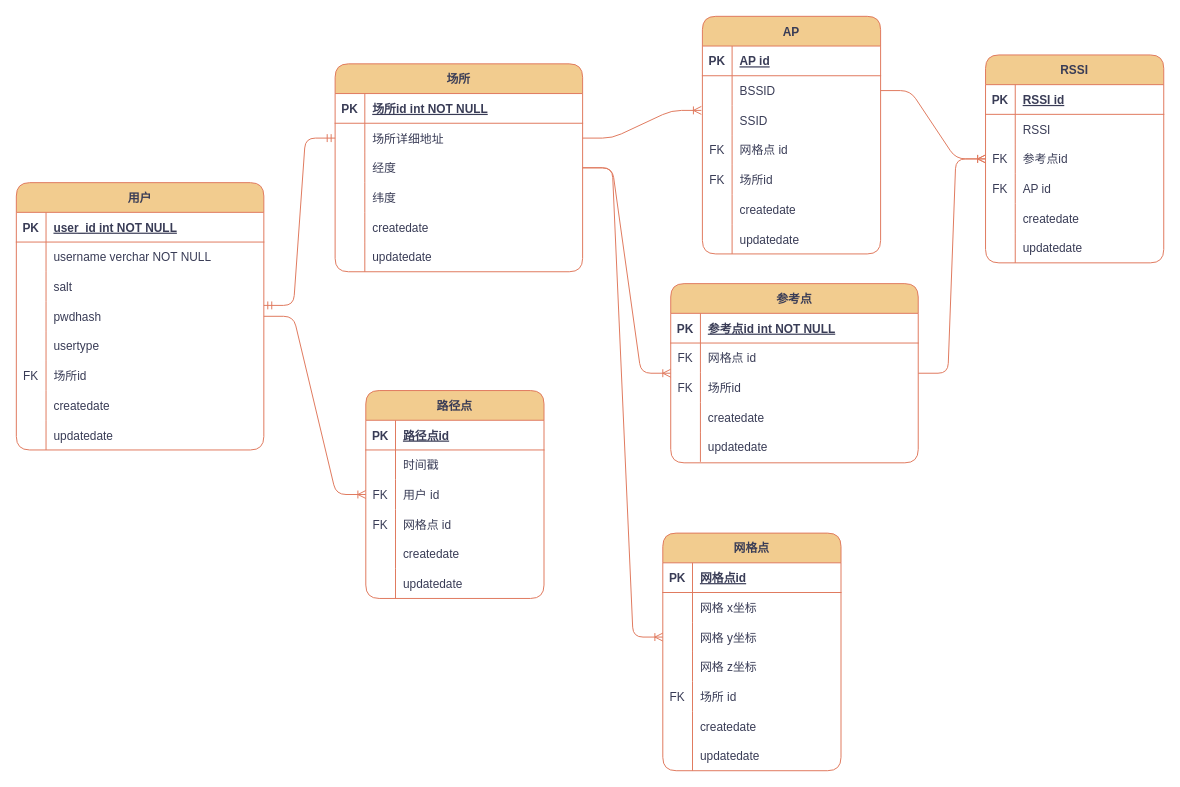
gaohongy/Graduation-Project keeps this draw.io diagram as 毕业设计ER图.drawio. Above is the earlier version. Source tidied: cells renumbered, new cells numbered last; positions are measured from the earlier drawing's top-left corner, leaving out a move shared by most shapes. Both pictures are drawn from the tidied source at 99%, with x=0, y=0 at pixel (16, 16).
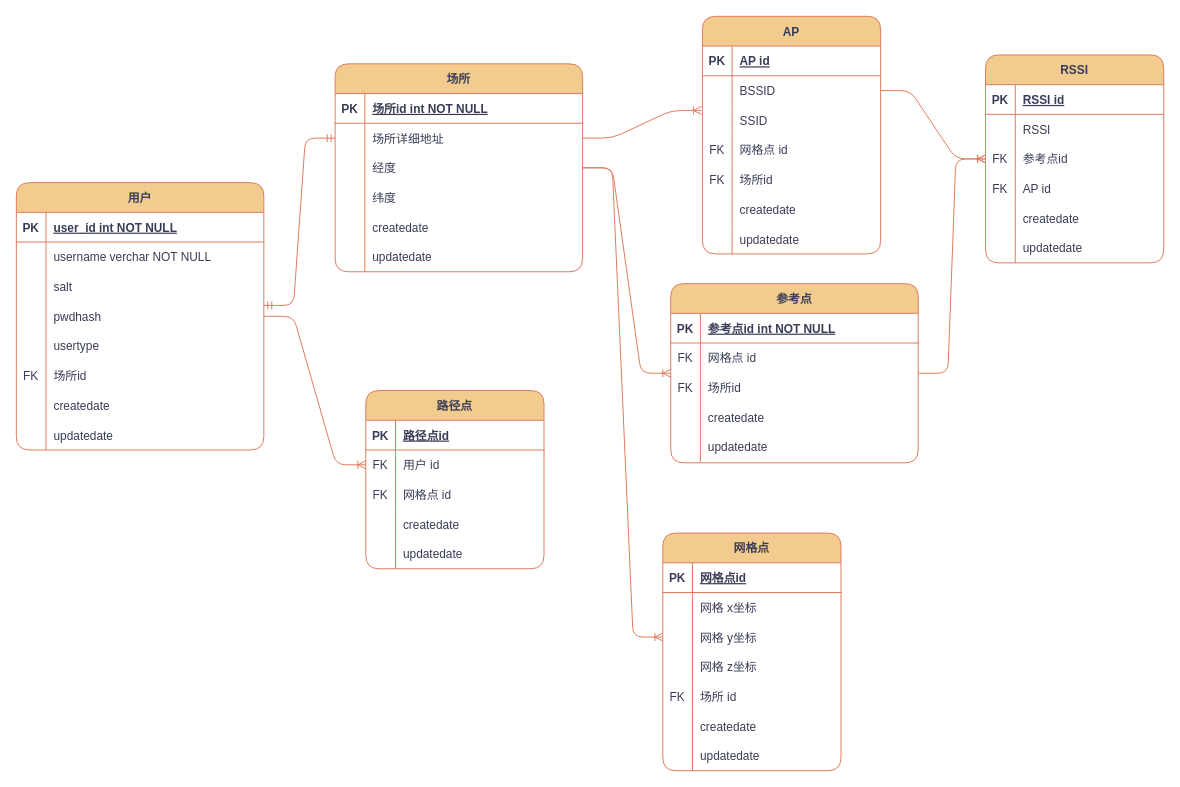
The same diagram, later.

Commit message:
删除路径点时间戳字段.drawio

The edit, as a diff of the source:
```diff
@@
     <mxCell id="108" value="路径点" style="shape=table;startSize=30;childLayout=tableLayout;rowLines=0;fontStyle=1;align=center;labelBackgroundColor=none;fillColor=#F2CC8F;strokeColor=#E07A5F;fontColor=#393C56;rounded=1;" parent="1" vertex="1">
-      <mxGeometry x="353" y="378" width="180" height="210" as="geometry" />
+      <mxGeometry x="353" y="378" width="180" height="180" as="geometry" />
     </mxCell>
@@
-    <mxCell id="112" style="shape=tableRow;horizontal=0;startSize=0;swimlaneHead=0;swimlaneBody=0;fillColor=none;top=0;left=0;right=0;bottom=0;labelBackgroundColor=none;strokeColor=#E07A5F;fontColor=#393C56;rounded=1;" parent="108" vertex="1">
-      <mxGeometry y="60" width="180" height="30" as="geometry" />
-    </mxCell>
-    <mxCell id="113" style="shape=partialRectangle;fillColor=none;top=0;left=0;bottom=0;right=0;overflow=hidden;labelBackgroundColor=none;strokeColor=#E07A5F;fontColor=#393C56;rounded=1;" parent="112" vertex="1">
-      <mxGeometry width="30" height="30" as="geometry" />
-    </mxCell>
-    <mxCell id="114" value="时间戳" style="shape=partialRectangle;fillColor=none;top=0;left=0;bottom=0;right=0;align=left;spacingLeft=6;overflow=hidden;labelBackgroundColor=none;strokeColor=#E07A5F;fontColor=#393C56;rounded=1;" parent="112" vertex="1">
-      <mxGeometry x="30" width="150" height="30" as="geometry" />
-    </mxCell>
     <mxCell id="115" style="shape=tableRow;horizontal=0;startSize=0;swimlaneHead=0;swimlaneBody=0;fillColor=none;points=[[0,0.5],[1,0.5]];portConstraint=eastwest;top=0;left=0;right=0;bottom=0;labelBackgroundColor=none;strokeColor=#E07A5F;fontColor=#393C56;rounded=1;" parent="108" vertex="1">
-      <mxGeometry y="90" width="180" height="30" as="geometry" />
+      <mxGeometry y="60" width="180" height="30" as="geometry" />
     </mxCell>
@@
     <mxCell id="118" style="shape=tableRow;horizontal=0;startSize=0;swimlaneHead=0;swimlaneBody=0;fillColor=none;top=0;left=0;right=0;bottom=0;labelBackgroundColor=none;strokeColor=#E07A5F;fontColor=#393C56;rounded=1;" parent="108" vertex="1">
-      <mxGeometry y="120" width="180" height="30" as="geometry" />
+      <mxGeometry y="90" width="180" height="30" as="geometry" />
     </mxCell>
@@
     <mxCell id="121" style="shape=tableRow;horizontal=0;startSize=0;swimlaneHead=0;swimlaneBody=0;fillColor=none;top=0;left=0;right=0;bottom=0;labelBackgroundColor=none;strokeColor=#E07A5F;fontColor=#393C56;rounded=1;" parent="108" vertex="1">
-      <mxGeometry y="150" width="180" height="30" as="geometry" />
+      <mxGeometry y="120" width="180" height="30" as="geometry" />
     </mxCell>
@@
     <mxCell id="124" style="shape=tableRow;horizontal=0;startSize=0;swimlaneHead=0;swimlaneBody=0;fillColor=none;top=0;left=0;right=0;bottom=0;labelBackgroundColor=none;strokeColor=#E07A5F;fontColor=#393C56;rounded=1;" parent="108" vertex="1">
-      <mxGeometry y="180" width="180" height="30" as="geometry" />
+      <mxGeometry y="150" width="180" height="30" as="geometry" />
     </mxCell>
```
